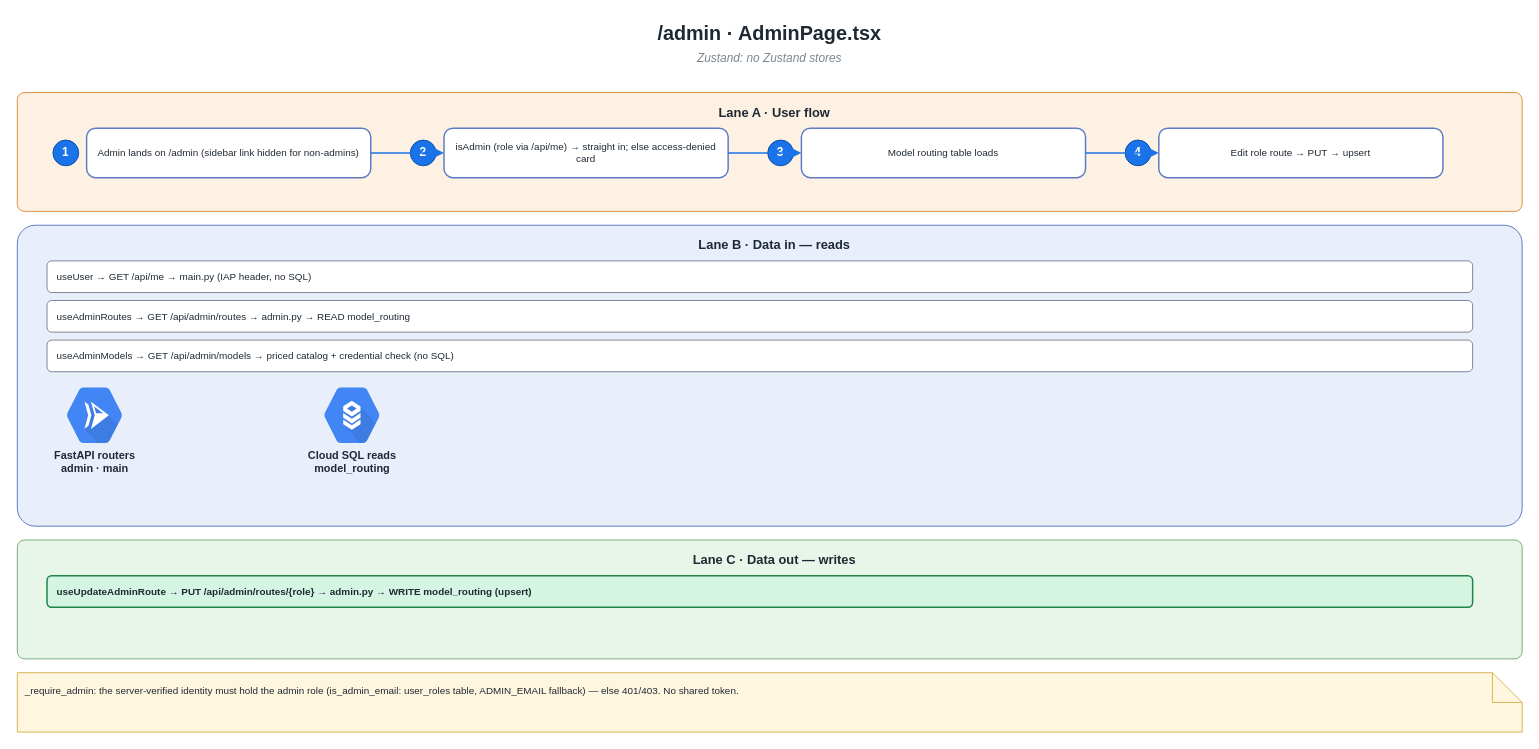
Above: page "13 · Admin" (14 of 15) of Frontend-icons.drawio in TeneikaAskew/solyra (draw.io), before the change. Source tidied: cells renumbered, new cells numbered last; positions are measured from the earlier drawing's top-left corner, leaving out a move shared by most shapes. Both pictures are drawn from the tidied source at 99%, with x=0, y=0 at pixel (17, 17).
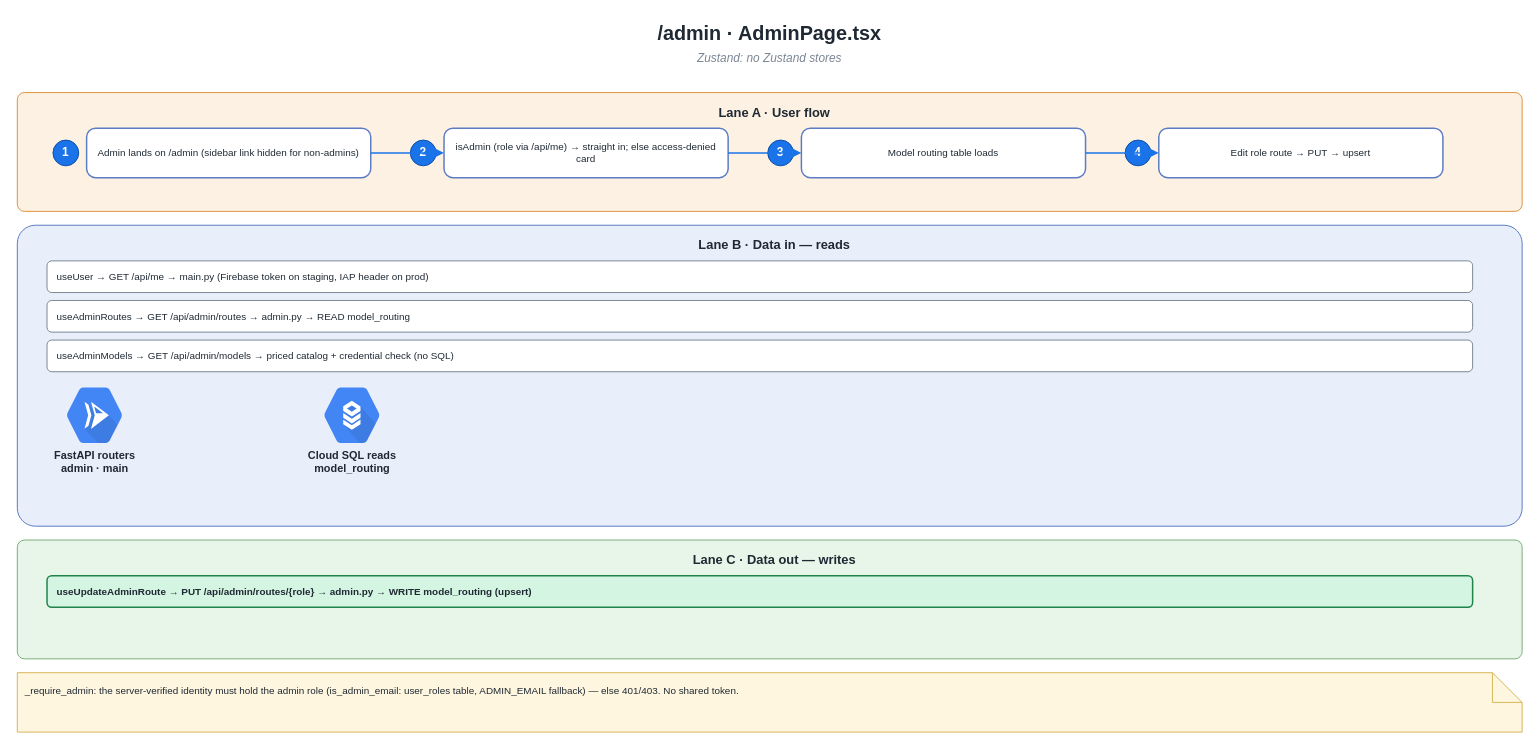
After the change.

The edit, as a diff of the source:
```diff
@@
-    <mxCell id="17" value="useUser → GET /api/me → main.py (IAP header, no SQL)" style="rounded=1;whiteSpace=wrap;html=1;fillColor=#ffffff;strokeColor=#7b8794;fontSize=10;align=left;verticalAlign=middle;spacingLeft=8;fontColor=#1f2933;" parent="1" vertex="1">
+    <mxCell id="17" value="useUser → GET /api/me → main.py (Firebase token on staging, IAP header on prod)" style="rounded=1;whiteSpace=wrap;html=1;fillColor=#ffffff;strokeColor=#7b8794;fontSize=10;align=left;verticalAlign=middle;spacingLeft=8;fontColor=#1f2933;" parent="1" vertex="1">
       <mxGeometry x="30" y="246" width="1440" height="32" as="geometry" />
     </mxCell>
```
